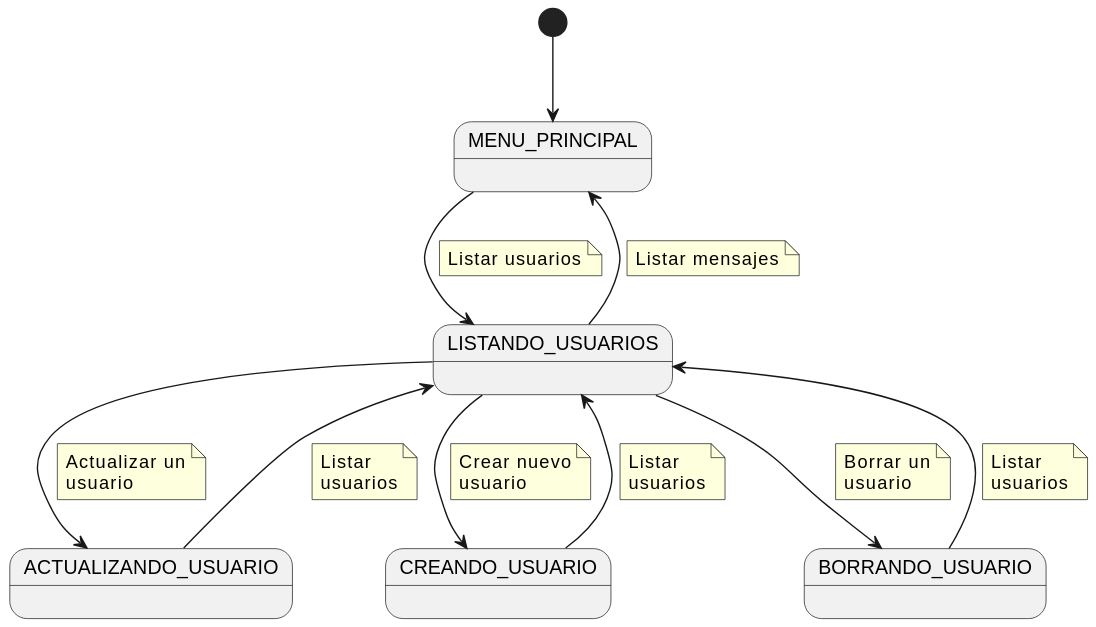
Earlier version of the PlantUML export docs/casosDeUso/diagramaDeContexto/DiagramaDeContextoManejoUsuarios/diagramaContextoUsuarios.svg (mmasias/24-25-IdSw1-SDR).
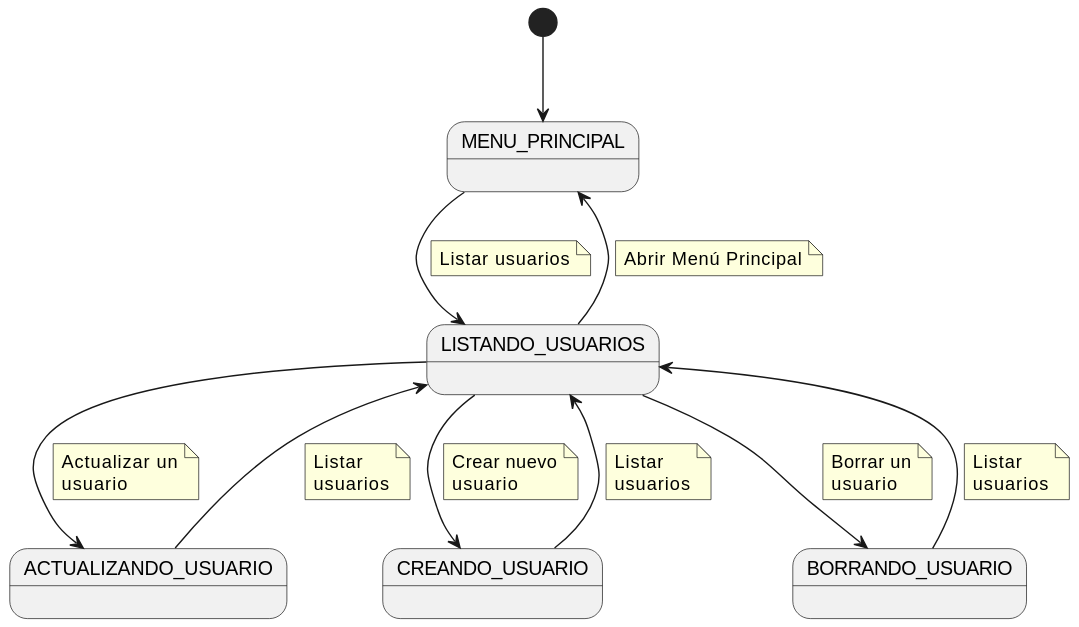
Above is the later version.

Change to the diagram source:
```diff
@@ -50,6 +50,6 @@
 
 Usuarios --> MenuPrincipal
     note on link
-        Listar mensajes
+        Abrir Menú Principal
     end note
 @enduml
```
